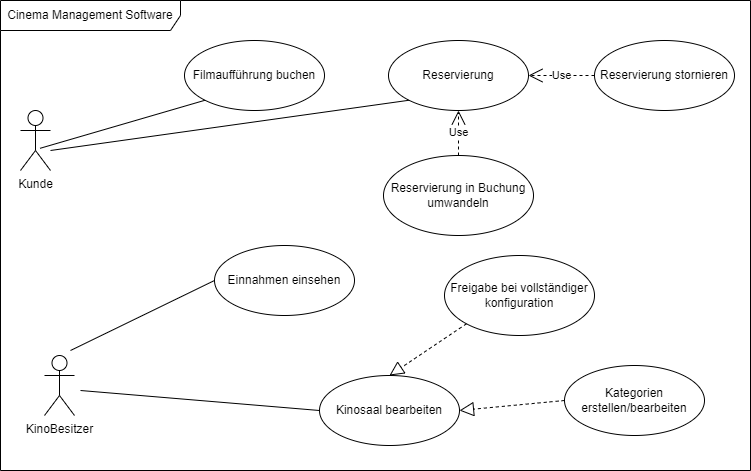
This is doc/Anwendungsfalldiagramm.drawio.png from dlbuchholz/cinema-management-software, a draw.io export, as it was before one commit. Source tidied: cells renumbered, new cells last; positions are measured from the earlier drawing's top-left corner, leaving out a move shared by most shapes.
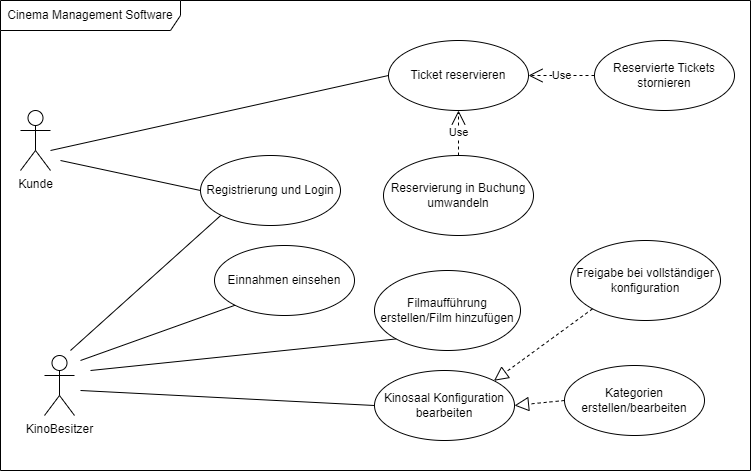
The same file after the commit.

Diff of the diagram source:
```diff
@@ -5,23 +5,20 @@
     <mxCell id="2" value="Kunde" style="shape=umlActor;verticalLabelPosition=bottom;verticalAlign=top;html=1;" parent="1" vertex="1">
       <mxGeometry x="20" y="110" width="30" height="60" as="geometry" />
     </mxCell>
-    <mxCell id="3" value="Filmaufführung buchen" style="ellipse;whiteSpace=wrap;html=1;" parent="1" vertex="1">
-      <mxGeometry x="184" y="40" width="140" height="70" as="geometry" />
-    </mxCell>
-    <mxCell id="4" value="Reservierung" style="ellipse;whiteSpace=wrap;html=1;" parent="1" vertex="1">
+    <mxCell id="4" value="Ticket reservieren" style="ellipse;whiteSpace=wrap;html=1;" parent="1" vertex="1">
       <mxGeometry x="388" y="40" width="140" height="70" as="geometry" />
     </mxCell>
     <mxCell id="5" value="Reservierung in Buchung umwandeln" style="ellipse;whiteSpace=wrap;html=1;" parent="1" vertex="1">
       <mxGeometry x="383" y="155" width="150" height="80" as="geometry" />
     </mxCell>
-    <mxCell id="6" value="Reservierung stornieren" style="ellipse;whiteSpace=wrap;html=1;" parent="1" vertex="1">
+    <mxCell id="6" value="Reservierte Tickets stornieren" style="ellipse;whiteSpace=wrap;html=1;" parent="1" vertex="1">
       <mxGeometry x="594" y="40" width="140" height="70" as="geometry" />
     </mxCell>
     <mxCell id="7" value="Einnahmen einsehen" style="ellipse;whiteSpace=wrap;html=1;" parent="1" vertex="1">
       <mxGeometry x="214" y="245" width="140" height="70" as="geometry" />
     </mxCell>
-    <mxCell id="8" value="Kinosaal bearb&lt;span style=&quot;color: rgba(0, 0, 0, 0); font-family: monospace; font-size: 0px; text-align: start; text-wrap: nowrap;&quot;&gt;%3CmxGraphModel%3E%3Croot%3E%3CmxCell%20id%3D%220%22%2F%3E%3CmxCell%20id%3D%221%22%20parent%3D%220%22%2F%3E%3CmxCell%20id%3D%222%22%20value%3D%22Einnahmen%20einsehen%22%20style%3D%22ellipse%3BwhiteSpace%3Dwrap%3Bhtml%3D1%3B%22%20vertex%3D%221%22%20parent%3D%221%22%3E%3CmxGeometry%20x%3D%22500%22%20y%3D%22390%22%20width%3D%22140%22%20height%3D%2270%22%20as%3D%22geometry%22%2F%3E%3C%2FmxCell%3E%3C%2Froot%3E%3C%2FmxGraphModel%3E&lt;/span&gt;eiten" style="ellipse;whiteSpace=wrap;html=1;" parent="1" vertex="1">
-      <mxGeometry x="319" y="375" width="140" height="70" as="geometry" />
+    <mxCell id="8" value="Kinosaal Konfiguration bearb&lt;span style=&quot;color: rgba(0, 0, 0, 0); font-family: monospace; font-size: 0px; text-align: start; text-wrap: nowrap;&quot;&gt;%3CmxGraphModel%3E%3Croot%3E%3CmxCell%20id%3D%220%22%2F%3E%3CmxCell%20id%3D%221%22%20parent%3D%220%22%2F%3E%3CmxCell%20id%3D%222%22%20value%3D%22Einnahmen%20einsehen%22%20style%3D%22ellipse%3BwhiteSpace%3Dwrap%3Bhtml%3D1%3B%22%20vertex%3D%221%22%20parent%3D%221%22%3E%3CmxGeometry%20x%3D%22500%22%20y%3D%22390%22%20width%3D%22140%22%20height%3D%2270%22%20as%3D%22geometry%22%2F%3E%3C%2FmxCell%3E%3C%2Froot%3E%3C%2FmxGraphModel%3E&lt;/span&gt;eiten" style="ellipse;whiteSpace=wrap;html=1;" parent="1" vertex="1">
+      <mxGeometry x="374" y="370" width="140" height="70" as="geometry" />
     </mxCell>
     <mxCell id="9" value="Kategorien erstellen/bearbeiten" style="ellipse;whiteSpace=wrap;html=1;" parent="1" vertex="1">
       <mxGeometry x="564" y="365" width="140" height="70" as="geometry" />
@@ -30,7 +27,7 @@
       <mxGeometry x="44" y="355" width="30" height="60" as="geometry" />
     </mxCell>
     <mxCell id="11" value="Freigabe bei vollständiger konfiguration" style="ellipse;whiteSpace=wrap;html=1;" parent="1" vertex="1">
-      <mxGeometry x="444" y="255" width="150" height="80" as="geometry" />
+      <mxGeometry x="570" y="240" width="150" height="80" as="geometry" />
     </mxCell>
     <mxCell id="12" value="Use" style="endArrow=open;endSize=12;dashed=1;html=1;rounded=0;entryX=0.5;entryY=1;entryDx=0;entryDy=0;exitX=0.5;exitY=0;exitDx=0;exitDy=0;" parent="1" edge="1" source="5" target="4">
       <mxGeometry relative="1" as="geometry" />
@@ -41,10 +38,10 @@
     <mxCell id="14" style="endArrow=block;dashed=1;endFill=0;endSize=12;html=1;rounded=0;exitX=0;exitY=0.5;exitDx=0;exitDy=0;entryX=1;entryY=0.5;entryDx=0;entryDy=0;" parent="1" edge="1" source="9" target="8">
       <mxGeometry relative="1" as="geometry" />
     </mxCell>
-    <mxCell id="15" style="endArrow=block;dashed=1;endFill=0;endSize=12;html=1;rounded=0;entryX=0.5;entryY=0;entryDx=0;entryDy=0;exitX=0;exitY=1;exitDx=0;exitDy=0;" parent="1" edge="1" source="11" target="8">
+    <mxCell id="15" style="endArrow=block;dashed=1;endFill=0;endSize=12;html=1;rounded=0;entryX=1;entryY=0;entryDx=0;entryDy=0;exitX=0;exitY=1;exitDx=0;exitDy=0;" parent="1" edge="1" source="11" target="8">
       <mxGeometry relative="1" as="geometry" />
     </mxCell>
-    <mxCell id="16" style="endArrow=none;html=1;rounded=0;entryX=0;entryY=0.5;entryDx=0;entryDy=0;" parent="1" edge="1" target="7">
+    <mxCell id="16" style="endArrow=none;html=1;rounded=0;entryX=0;entryY=1;entryDx=0;entryDy=0;" parent="1" edge="1" target="21">
       <mxGeometry relative="1" as="geometry">
         <mxPoint x="70" y="350" as="sourcePoint" />
       </mxGeometry>
@@ -57,13 +54,31 @@
     <mxCell id="18" value="Cinema Management Software" style="shape=umlFrame;whiteSpace=wrap;html=1;width=180;height=30;" parent="1" vertex="1">
       <mxGeometry width="750" height="470" as="geometry" />
     </mxCell>
-    <mxCell id="19" style="endArrow=none;html=1;rounded=0;entryX=0;entryY=1;entryDx=0;entryDy=0;exitX=0.653;exitY=0.63;exitDx=0;exitDy=0;exitPerimeter=0;" parent="1" edge="1" source="2" target="3">
-      <mxGeometry relative="1" as="geometry" />
-    </mxCell>
-    <mxCell id="20" style="endArrow=none;html=1;rounded=0;entryX=0;entryY=1;entryDx=0;entryDy=0;" parent="1" edge="1" target="4">
+    <mxCell id="20" style="endArrow=none;html=1;rounded=0;entryX=0;entryY=0.5;entryDx=0;entryDy=0;" parent="1" edge="1" target="4">
       <mxGeometry relative="1" as="geometry">
         <mxPoint x="50" y="150" as="sourcePoint" />
       </mxGeometry>
     </mxCell>
+    <mxCell id="21" value="Registrierung und Login" style="ellipse;whiteSpace=wrap;html=1;" parent="1" vertex="1">
+      <mxGeometry x="200" y="155" width="140" height="70" as="geometry" />
+    </mxCell>
+    <mxCell id="22" style="endArrow=none;html=1;rounded=0;entryX=0;entryY=0.5;entryDx=0;entryDy=0;fontStyle=1;" parent="1" edge="1" target="21">
+      <mxGeometry relative="1" as="geometry">
+        <mxPoint x="60" y="160" as="sourcePoint" />
+      </mxGeometry>
+    </mxCell>
+    <mxCell id="23" style="endArrow=none;html=1;rounded=0;entryX=0;entryY=1;entryDx=0;entryDy=0;" parent="1" edge="1" target="7">
+      <mxGeometry relative="1" as="geometry">
+        <mxPoint x="80" y="360" as="sourcePoint" />
+      </mxGeometry>
+    </mxCell>
+    <mxCell id="24" value="Filmaufführung erstellen/Film hinzufügen" style="ellipse;whiteSpace=wrap;html=1;" parent="1" vertex="1">
+      <mxGeometry x="374" y="270" width="146" height="80" as="geometry" />
+    </mxCell>
+    <mxCell id="25" style="endArrow=none;html=1;rounded=0;entryX=0;entryY=1;entryDx=0;entryDy=0;" parent="1" edge="1" target="24">
+      <mxGeometry relative="1" as="geometry">
+        <mxPoint x="90" y="370" as="sourcePoint" />
+      </mxGeometry>
+    </mxCell>
   </root>
 </mxGraphModel>
```
